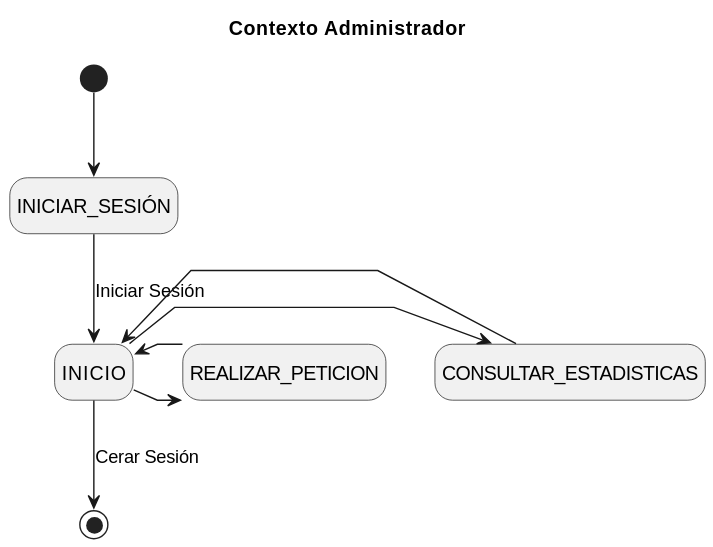
The PlantUML diagram Caso_de_Uso/Contexto/Administrador/Inicio/Contexto.svg in mmasias/23-24-IdSw1-SDR, before a commit.
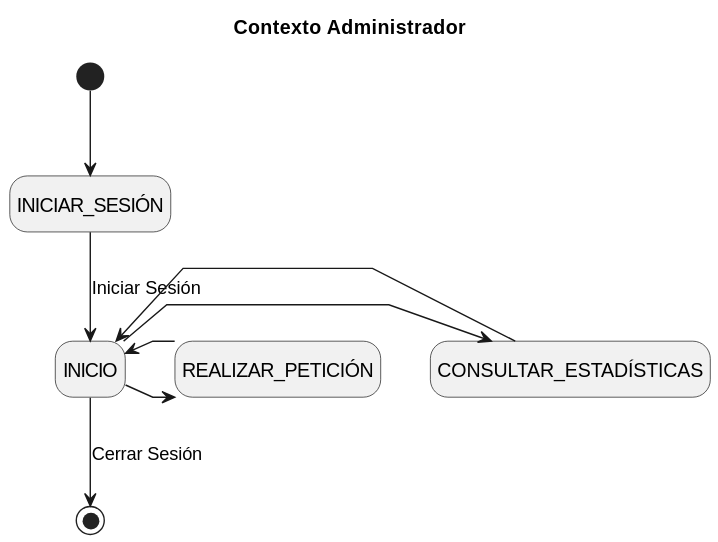
Later version of the same file.

What changed in the source:
```diff
@@ -12,11 +12,11 @@
 [*] --> INICIAR_SESIÓN
 INICIAR_SESIÓN --> INICIO : Iniciar Sesión
 
-INICIO -> CONSULTAR_ESTADISTICAS
-INICIO <- CONSULTAR_ESTADISTICAS
-INICIO -> REALIZAR_PETICION
-INICIO <- REALIZAR_PETICION
+INICIO -> CONSULTAR_ESTADÍSTICAS
+INICIO <- CONSULTAR_ESTADÍSTICAS
+INICIO -> REALIZAR_PETICIÓN
+INICIO <- REALIZAR_PETICIÓN
 
-INICIO --> [*] : Cerar Sesión
+INICIO --> [*] : Cerrar Sesión
 
 @enduml
```
